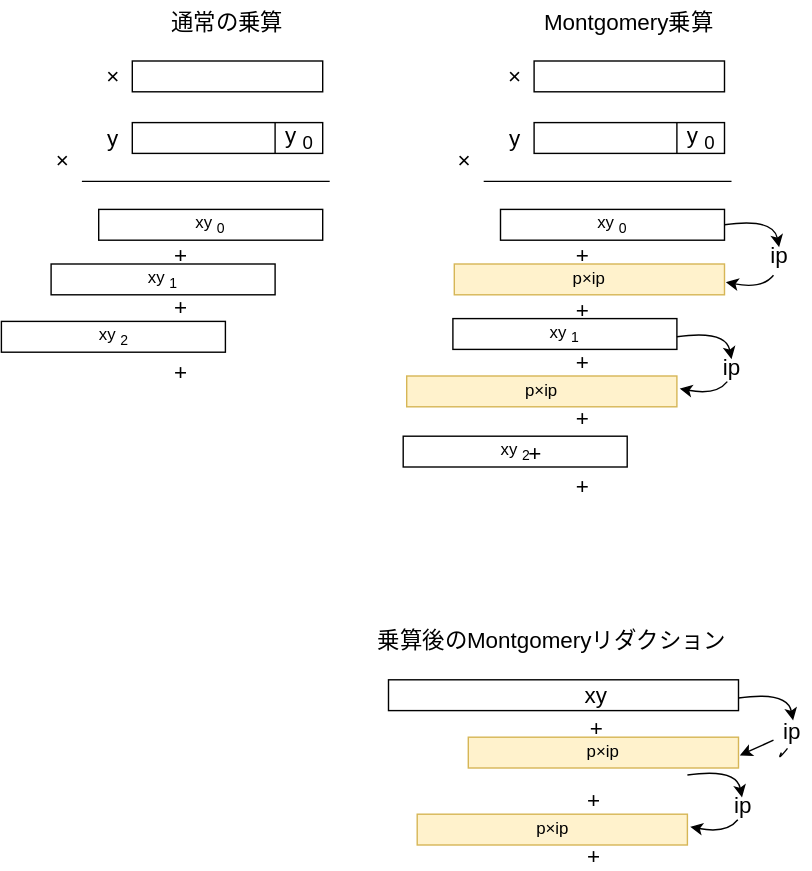
Above: images/montgomery-reduction.drawio.svg in herumi/blog (draw.io), before the change. Source tidied: cells renumbered, new cells last; positions are measured from the earlier drawing's top-left corner, leaving out a move shared by most shapes.
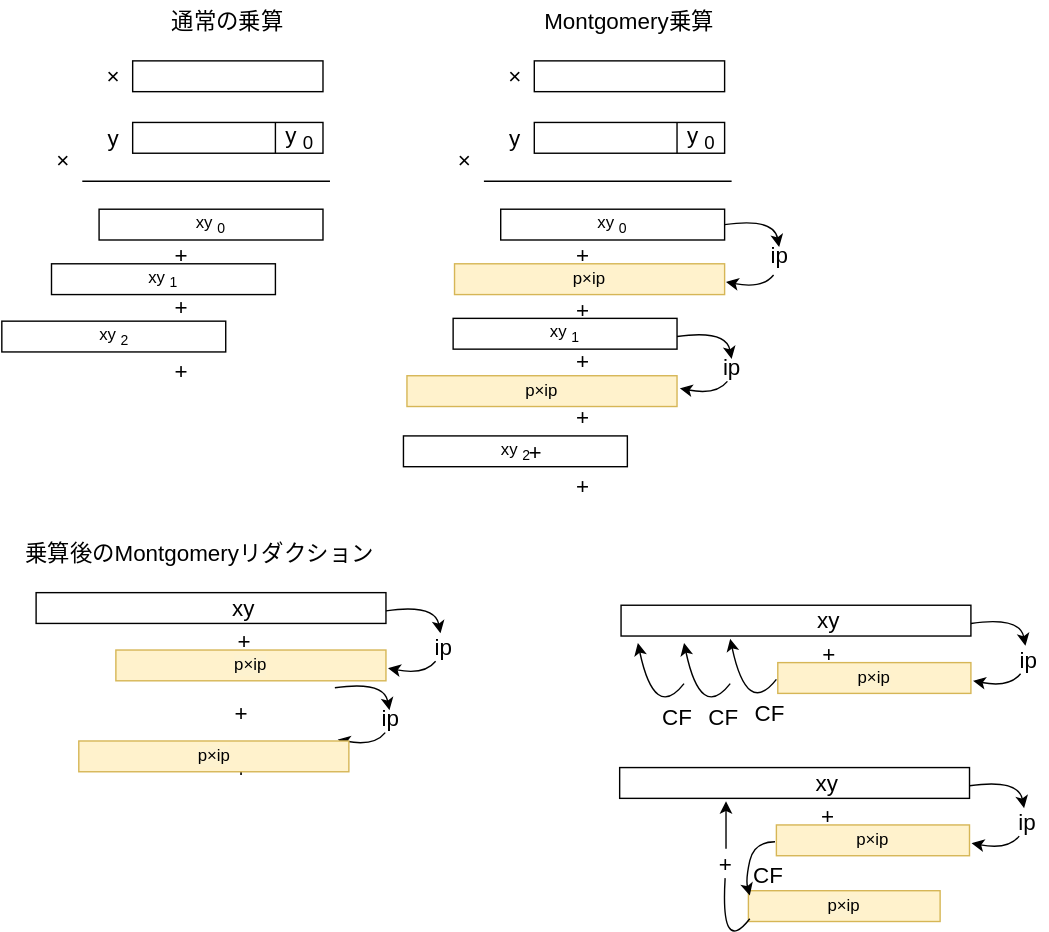
Later version of the same file.

What changed in the source:
```diff
@@ -153,73 +153,202 @@
       <mxGeometry x="404" y="287" width="24" height="21" as="geometry" />
     </mxCell>
     <mxCell id="43" style="rounded=0;whiteSpace=wrap;html=1;" parent="1" vertex="1">
-      <mxGeometry x="277" y="485" width="250" height="22" as="geometry" />
+      <mxGeometry x="25" y="423" width="250" height="22" as="geometry" />
     </mxCell>
     <mxCell id="44" value="&lt;span style=&quot;font-size: 16px;&quot;&gt;xy&lt;/span&gt;" style="text;html=1;strokeColor=none;fillColor=none;align=center;verticalAlign=middle;whiteSpace=wrap;rounded=0;" parent="1" vertex="1">
-      <mxGeometry x="412" y="481" width="27" height="30" as="geometry" />
+      <mxGeometry x="160" y="419" width="27" height="30" as="geometry" />
     </mxCell>
     <mxCell id="45" value="&lt;span style=&quot;font-size: 16px;&quot;&gt;+&lt;/span&gt;" style="text;html=1;strokeColor=none;fillColor=none;align=center;verticalAlign=middle;whiteSpace=wrap;rounded=0;" parent="1" vertex="1">
-      <mxGeometry x="414" y="509" width="24" height="21" as="geometry" />
+      <mxGeometry x="162" y="447" width="24" height="21" as="geometry" />
     </mxCell>
     <mxCell id="46" value="&lt;span style=&quot;font-size: 16px;&quot;&gt;+&lt;/span&gt;" style="text;html=1;strokeColor=none;fillColor=none;align=center;verticalAlign=middle;whiteSpace=wrap;rounded=0;" parent="1" vertex="1">
-      <mxGeometry x="411.5" y="560" width="24" height="21" as="geometry" />
+      <mxGeometry x="159.5" y="498" width="24" height="21" as="geometry" />
     </mxCell>
     <mxCell id="47" value="&lt;span style=&quot;font-size: 16px;&quot;&gt;乗算後のMontgomeryリダクション&lt;/span&gt;" style="text;html=1;strokeColor=none;fillColor=none;align=center;verticalAlign=middle;whiteSpace=wrap;rounded=0;" parent="1" vertex="1">
-      <mxGeometry x="262" y="442" width="264" height="30" as="geometry" />
+      <mxGeometry x="10" y="380" width="264" height="30" as="geometry" />
     </mxCell>
     <mxCell id="48" style="curved=1;endArrow=classic;html=1;exitX=1;exitY=0.5;exitDx=0;exitDy=0;entryX=0.481;entryY=0.317;entryDx=0;entryDy=0;entryPerimeter=0;" parent="1" edge="1">
       <mxGeometry relative="1" as="geometry">
-        <mxPoint x="527" y="498" as="sourcePoint" />
-        <mxPoint x="566" y="514" as="targetPoint" />
+        <mxPoint x="275" y="436" as="sourcePoint" />
+        <mxPoint x="314" y="452" as="targetPoint" />
         <Array as="points">
-          <mxPoint x="562" y="493" />
+          <mxPoint x="310" y="431" />
         </Array>
       </mxGeometry>
     </mxCell>
     <mxCell id="49" value="p×ip" style="rounded=0;whiteSpace=wrap;html=1;labelBackgroundColor=#fdf2cf;fillColor=#fff2cc;strokeColor=#d6b656;" parent="1" vertex="1">
-      <mxGeometry x="334" y="526" width="193" height="22" as="geometry" />
+      <mxGeometry x="82" y="464" width="193" height="22" as="geometry" />
     </mxCell>
-    <mxCell id="50" style="curved=1;endArrow=classic;html=1;startArrow=none;" parent="1" edge="1" source="57">
-      <mxGeometry relative="1" as="geometry">
-        <mxPoint x="528" y="539" as="targetPoint" />
-      </mxGeometry>
-    </mxCell>
     <mxCell id="51" value="&lt;span style=&quot;font-size: 16px;&quot;&gt;ip&lt;/span&gt;" style="text;html=1;strokeColor=none;fillColor=none;align=center;verticalAlign=middle;whiteSpace=wrap;rounded=0;" parent="1" vertex="1">
-      <mxGeometry x="516.5" y="559.5" width="27" height="30" as="geometry" />
+      <mxGeometry x="264.5" y="497.5" width="27" height="30" as="geometry" />
     </mxCell>
     <mxCell id="52" style="curved=1;endArrow=classic;html=1;exitX=1;exitY=0.5;exitDx=0;exitDy=0;entryX=0.481;entryY=0.317;entryDx=0;entryDy=0;entryPerimeter=0;" parent="1" edge="1" target="51">
       <mxGeometry relative="1" as="geometry">
-        <mxPoint x="490.5" y="553" as="sourcePoint" />
+        <mxPoint x="238.5" y="491" as="sourcePoint" />
         <Array as="points">
-          <mxPoint x="525.5" y="548" />
+          <mxPoint x="273.5" y="486" />
         </Array>
       </mxGeometry>
     </mxCell>
     <mxCell id="53" value="p×ip" style="rounded=0;whiteSpace=wrap;html=1;labelBackgroundColor=#fdf2cf;fillColor=#fff2cc;strokeColor=#d6b656;" parent="1" vertex="1">
-      <mxGeometry x="297.5" y="581" width="193" height="22" as="geometry" />
+      <mxGeometry x="534" y="636" width="137" height="22" as="geometry" />
     </mxCell>
     <mxCell id="54" style="curved=1;endArrow=classic;html=1;" parent="1" edge="1">
       <mxGeometry relative="1" as="geometry">
-        <mxPoint x="526.5" y="585" as="sourcePoint" />
-        <mxPoint x="492.5" y="590" as="targetPoint" />
+        <mxPoint x="274.5" y="523" as="sourcePoint" />
+        <mxPoint x="240.5" y="528" as="targetPoint" />
         <Array as="points">
-          <mxPoint x="518.5" y="595" />
+          <mxPoint x="266.5" y="533" />
         </Array>
       </mxGeometry>
     </mxCell>
     <mxCell id="55" value="&lt;span style=&quot;font-size: 16px;&quot;&gt;+&lt;/span&gt;" style="text;html=1;strokeColor=none;fillColor=none;align=center;verticalAlign=middle;whiteSpace=wrap;rounded=0;" parent="1" vertex="1">
-      <mxGeometry x="411.5" y="600" width="24" height="21" as="geometry" />
+      <mxGeometry x="159.5" y="538" width="24" height="21" as="geometry" />
     </mxCell>
-    <mxCell id="56" style="curved=1;endArrow=none;html=1;" parent="1" edge="1" target="57">
-      <mxGeometry relative="1" as="geometry">
-        <mxPoint x="562" y="534" as="sourcePoint" />
-        <Array as="points">
-          <mxPoint x="554" y="544" />
-        </Array>
-      </mxGeometry>
-    </mxCell>
     <mxCell id="57" value="&lt;span style=&quot;font-size: 16px;&quot;&gt;ip&lt;/span&gt;" style="text;html=1;strokeColor=none;fillColor=none;align=center;verticalAlign=middle;whiteSpace=wrap;rounded=0;" parent="1" vertex="1">
-      <mxGeometry x="552" y="507" width="27" height="30" as="geometry" />
+      <mxGeometry x="303" y="447" width="27" height="30" as="geometry" />
     </mxCell>
+    <mxCell id="58" style="curved=1;endArrow=classic;html=1;" parent="1" edge="1">
+      <mxGeometry relative="1" as="geometry">
+        <mxPoint x="310.5" y="472" as="sourcePoint" />
+        <mxPoint x="276.5" y="477" as="targetPoint" />
+        <Array as="points">
+          <mxPoint x="302.5" y="482" />
+        </Array>
+      </mxGeometry>
+    </mxCell>
+    <mxCell id="59" style="rounded=0;whiteSpace=wrap;html=1;" parent="1" vertex="1">
+      <mxGeometry x="443" y="432" width="250" height="22" as="geometry" />
+    </mxCell>
+    <mxCell id="60" value="&lt;span style=&quot;font-size: 16px;&quot;&gt;xy&lt;/span&gt;" style="text;html=1;strokeColor=none;fillColor=none;align=center;verticalAlign=middle;whiteSpace=wrap;rounded=0;" parent="1" vertex="1">
+      <mxGeometry x="578" y="428" width="27" height="30" as="geometry" />
+    </mxCell>
+    <mxCell id="61" value="&lt;span style=&quot;font-size: 16px;&quot;&gt;+&lt;/span&gt;" style="text;html=1;strokeColor=none;fillColor=none;align=center;verticalAlign=middle;whiteSpace=wrap;rounded=0;" parent="1" vertex="1">
+      <mxGeometry x="580" y="456" width="24" height="21" as="geometry" />
+    </mxCell>
+    <mxCell id="62" style="curved=1;endArrow=classic;html=1;exitX=1;exitY=0.5;exitDx=0;exitDy=0;entryX=0.481;entryY=0.317;entryDx=0;entryDy=0;entryPerimeter=0;" parent="1" edge="1">
+      <mxGeometry relative="1" as="geometry">
+        <mxPoint x="693" y="445" as="sourcePoint" />
+        <mxPoint x="732" y="461" as="targetPoint" />
+        <Array as="points">
+          <mxPoint x="728" y="440" />
+        </Array>
+      </mxGeometry>
+    </mxCell>
+    <mxCell id="63" value="p×ip" style="rounded=0;whiteSpace=wrap;html=1;labelBackgroundColor=#fdf2cf;fillColor=#fff2cc;strokeColor=#d6b656;" parent="1" vertex="1">
+      <mxGeometry x="555" y="473" width="138" height="22" as="geometry" />
+    </mxCell>
+    <mxCell id="64" style="curved=1;endArrow=classic;html=1;" parent="1" edge="1">
+      <mxGeometry relative="1" as="geometry">
+        <mxPoint x="554" y="485" as="sourcePoint" />
+        <mxPoint x="521" y="456" as="targetPoint" />
+        <Array as="points">
+          <mxPoint x="533" y="512" />
+        </Array>
+      </mxGeometry>
+    </mxCell>
+    <mxCell id="65" value="&lt;span style=&quot;font-size: 16px;&quot;&gt;ip&lt;/span&gt;" style="text;html=1;strokeColor=none;fillColor=none;align=center;verticalAlign=middle;whiteSpace=wrap;rounded=0;" parent="1" vertex="1">
+      <mxGeometry x="721" y="456" width="27" height="30" as="geometry" />
+    </mxCell>
+    <mxCell id="66" style="curved=1;endArrow=classic;html=1;" parent="1" edge="1">
+      <mxGeometry relative="1" as="geometry">
+        <mxPoint x="728.5" y="481" as="sourcePoint" />
+        <mxPoint x="694.5" y="486" as="targetPoint" />
+        <Array as="points">
+          <mxPoint x="720.5" y="491" />
+        </Array>
+      </mxGeometry>
+    </mxCell>
+    <mxCell id="67" value="&lt;span style=&quot;font-size: 16px;&quot;&gt;CF&lt;/span&gt;" style="text;html=1;strokeColor=none;fillColor=none;align=center;verticalAlign=middle;whiteSpace=wrap;rounded=0;" parent="1" vertex="1">
+      <mxGeometry x="536" y="493.5" width="27" height="30" as="geometry" />
+    </mxCell>
+    <mxCell id="68" style="curved=1;endArrow=classic;html=1;" parent="1" edge="1">
+      <mxGeometry relative="1" as="geometry">
+        <mxPoint x="521" y="488" as="sourcePoint" />
+        <mxPoint x="488" y="459" as="targetPoint" />
+        <Array as="points">
+          <mxPoint x="500" y="515" />
+        </Array>
+      </mxGeometry>
+    </mxCell>
+    <mxCell id="69" value="&lt;span style=&quot;font-size: 16px;&quot;&gt;CF&lt;/span&gt;" style="text;html=1;strokeColor=none;fillColor=none;align=center;verticalAlign=middle;whiteSpace=wrap;rounded=0;" parent="1" vertex="1">
+      <mxGeometry x="503" y="496.5" width="27" height="30" as="geometry" />
+    </mxCell>
+    <mxCell id="70" style="curved=1;endArrow=classic;html=1;" parent="1" edge="1">
+      <mxGeometry relative="1" as="geometry">
+        <mxPoint x="488" y="488" as="sourcePoint" />
+        <mxPoint x="455" y="459" as="targetPoint" />
+        <Array as="points">
+          <mxPoint x="467" y="515" />
+        </Array>
+      </mxGeometry>
+    </mxCell>
+    <mxCell id="71" value="&lt;span style=&quot;font-size: 16px;&quot;&gt;CF&lt;/span&gt;" style="text;html=1;strokeColor=none;fillColor=none;align=center;verticalAlign=middle;whiteSpace=wrap;rounded=0;" parent="1" vertex="1">
+      <mxGeometry x="470" y="496.5" width="27" height="30" as="geometry" />
+    </mxCell>
+    <mxCell id="72" style="rounded=0;whiteSpace=wrap;html=1;" parent="1" vertex="1">
+      <mxGeometry x="442" y="548" width="250" height="22" as="geometry" />
+    </mxCell>
+    <mxCell id="73" value="&lt;span style=&quot;font-size: 16px;&quot;&gt;xy&lt;/span&gt;" style="text;html=1;strokeColor=none;fillColor=none;align=center;verticalAlign=middle;whiteSpace=wrap;rounded=0;" parent="1" vertex="1">
+      <mxGeometry x="577" y="544" width="27" height="30" as="geometry" />
+    </mxCell>
+    <mxCell id="74" value="&lt;span style=&quot;font-size: 16px;&quot;&gt;+&lt;/span&gt;" style="text;html=1;strokeColor=none;fillColor=none;align=center;verticalAlign=middle;whiteSpace=wrap;rounded=0;" parent="1" vertex="1">
+      <mxGeometry x="579" y="572" width="24" height="21" as="geometry" />
+    </mxCell>
+    <mxCell id="75" style="curved=1;endArrow=classic;html=1;exitX=1;exitY=0.5;exitDx=0;exitDy=0;entryX=0.481;entryY=0.317;entryDx=0;entryDy=0;entryPerimeter=0;" parent="1" edge="1">
+      <mxGeometry relative="1" as="geometry">
+        <mxPoint x="692" y="561" as="sourcePoint" />
+        <mxPoint x="731" y="577" as="targetPoint" />
+        <Array as="points">
+          <mxPoint x="727" y="556" />
+        </Array>
+      </mxGeometry>
+    </mxCell>
+    <mxCell id="76" value="p×ip" style="rounded=0;whiteSpace=wrap;html=1;labelBackgroundColor=#fdf2cf;fillColor=#fff2cc;strokeColor=#d6b656;" parent="1" vertex="1">
+      <mxGeometry x="554" y="589" width="138" height="22" as="geometry" />
+    </mxCell>
+    <mxCell id="77" style="curved=1;endArrow=classic;html=1;entryX=0;entryY=1;entryDx=0;entryDy=0;" parent="1" edge="1" target="80">
+      <mxGeometry relative="1" as="geometry">
+        <mxPoint x="553" y="601" as="sourcePoint" />
+        <Array as="points">
+          <mxPoint x="538" y="601" />
+          <mxPoint x="532" y="628" />
+        </Array>
+      </mxGeometry>
+    </mxCell>
+    <mxCell id="78" value="&lt;span style=&quot;font-size: 16px;&quot;&gt;ip&lt;/span&gt;" style="text;html=1;strokeColor=none;fillColor=none;align=center;verticalAlign=middle;whiteSpace=wrap;rounded=0;" parent="1" vertex="1">
+      <mxGeometry x="720" y="572" width="27" height="30" as="geometry" />
+    </mxCell>
+    <mxCell id="79" style="curved=1;endArrow=classic;html=1;" parent="1" edge="1">
+      <mxGeometry relative="1" as="geometry">
+        <mxPoint x="727.5" y="597" as="sourcePoint" />
+        <mxPoint x="693.5" y="602" as="targetPoint" />
+        <Array as="points">
+          <mxPoint x="719.5" y="607" />
+        </Array>
+      </mxGeometry>
+    </mxCell>
+    <mxCell id="80" value="&lt;span style=&quot;font-size: 16px;&quot;&gt;CF&lt;/span&gt;" style="text;html=1;strokeColor=none;fillColor=none;align=center;verticalAlign=middle;whiteSpace=wrap;rounded=0;" parent="1" vertex="1">
+      <mxGeometry x="535" y="609.5" width="27" height="30" as="geometry" />
+    </mxCell>
+    <mxCell id="81" value="p×ip" style="rounded=0;whiteSpace=wrap;html=1;labelBackgroundColor=#fdf2cf;fillColor=#fff2cc;strokeColor=#d6b656;" parent="1" vertex="1">
+      <mxGeometry x="55.5" y="529" width="193" height="22" as="geometry" />
+    </mxCell>
+    <mxCell id="82" style="curved=1;endArrow=classic;html=1;startArrow=none;" parent="1" edge="1" source="84">
+      <mxGeometry relative="1" as="geometry">
+        <mxPoint x="518" y="572" as="targetPoint" />
+      </mxGeometry>
+    </mxCell>
+    <mxCell id="83" style="curved=1;endArrow=none;html=1;" parent="1" edge="1" target="84">
+      <mxGeometry relative="1" as="geometry">
+        <mxPoint x="535" y="656" as="sourcePoint" />
+        <Array as="points">
+          <mxPoint x="514" y="683" />
+        </Array>
+      </mxGeometry>
+    </mxCell>
+    <mxCell id="84" value="&lt;span style=&quot;font-size: 16px;&quot;&gt;+&lt;/span&gt;" style="text;html=1;strokeColor=none;fillColor=none;align=center;verticalAlign=middle;whiteSpace=wrap;rounded=0;" parent="1" vertex="1">
+      <mxGeometry x="506" y="606" width="24" height="21" as="geometry" />
+    </mxCell>
   </root>
 </mxGraphModel>
```
